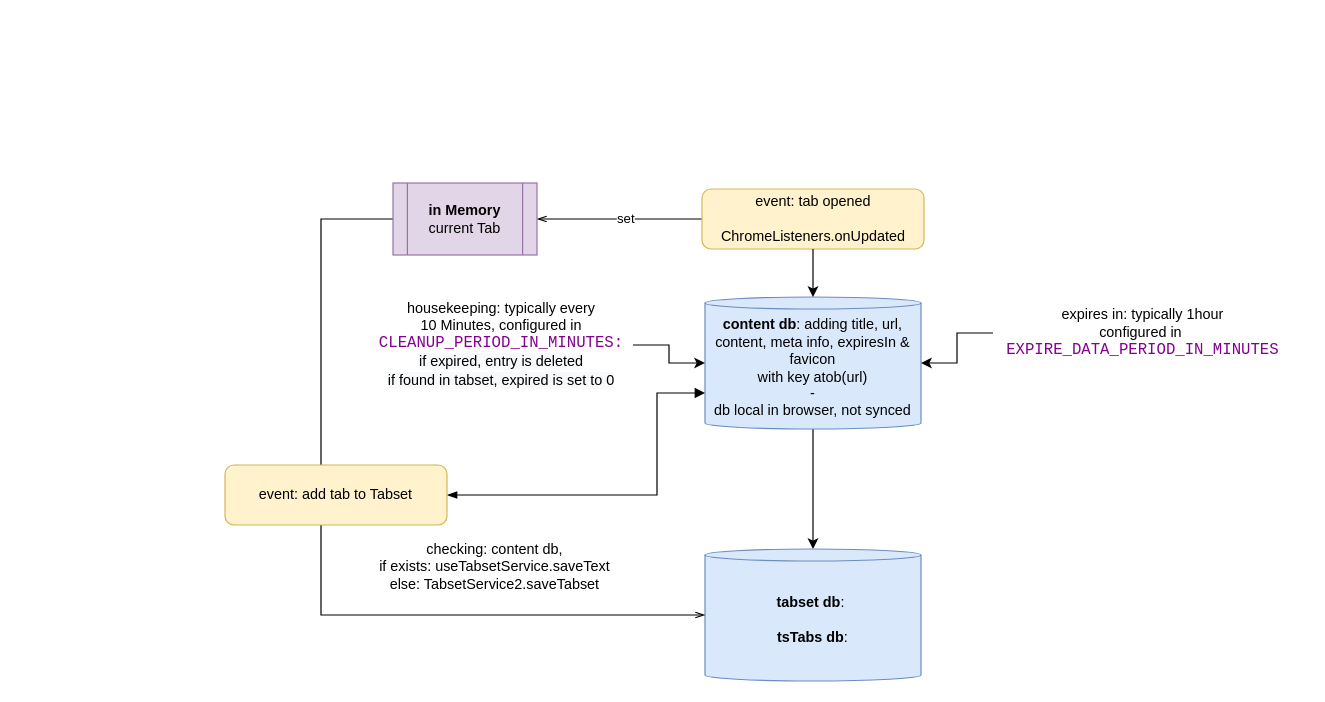
Earlier version of the draw.io diagram docs/drawio/test.drawio (evandor/tabsets). Source tidied: cells renumbered, new cells numbered last; positions are measured from the earlier drawing's top-left corner, leaving out a move shared by most shapes. Both pictures are drawn from the tidied source at 120%, with x=0, y=0 at pixel (224, 182).
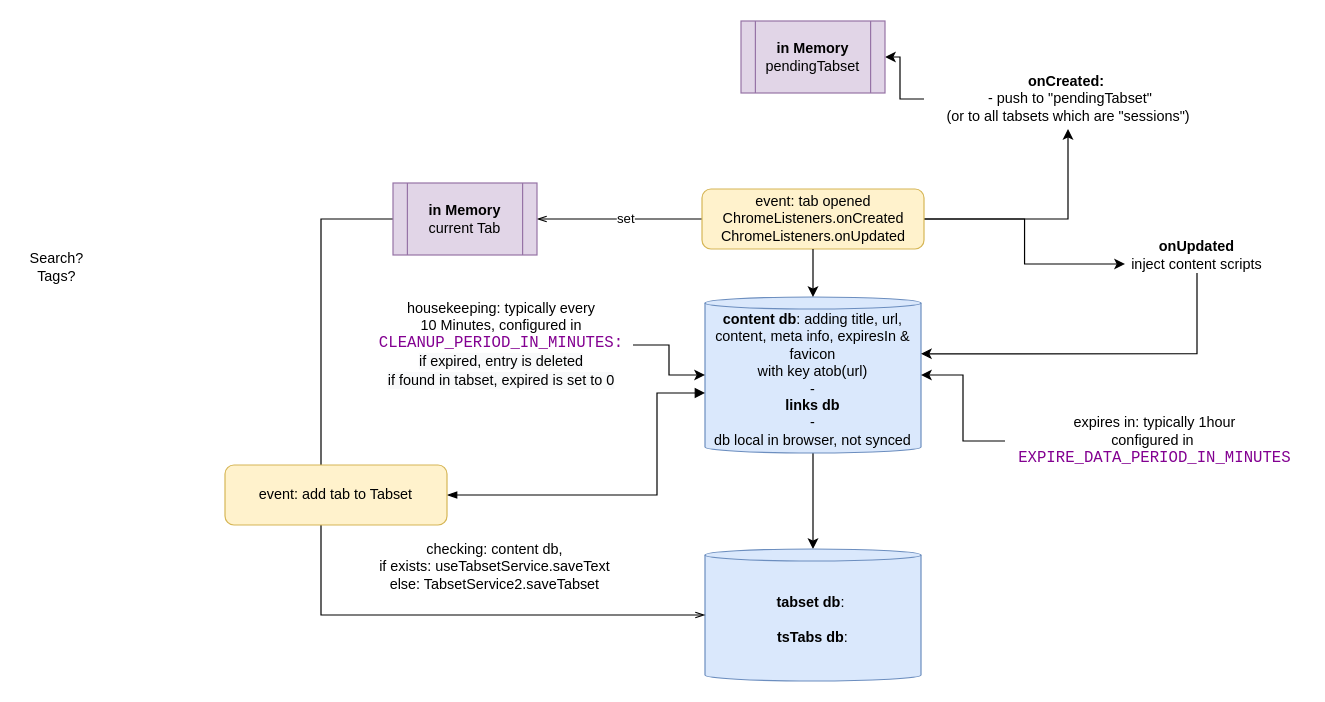
Above is the later version.

Change to the diagram source:
```diff
@@
+    <mxCell id="18" style="edgeStyle=orthogonalEdgeStyle;rounded=0;jettySize=auto;html=1;exitX=1;exitY=0.5;exitDx=0;exitDy=0;entryX=0.5;entryY=1;entryDx=0;entryDy=0;" parent="1" edge="1" source="4" target="22">
+      <mxGeometry relative="1" as="geometry" />
+    </mxCell>
+    <mxCell id="19" style="edgeStyle=orthogonalEdgeStyle;rounded=0;jettySize=auto;html=1;entryX=0;entryY=0.75;entryDx=0;entryDy=0;" parent="1" edge="1" source="4" target="25">
+      <mxGeometry relative="1" as="geometry" />
+    </mxCell>
-    <mxCell id="4" value="event: tab opened&lt;br&gt;&lt;br&gt;ChromeListeners.onUpdated" style="rounded=1;whiteSpace=wrap;html=1;fillColor=#fff2cc;strokeColor=#d6b656;" parent="1" vertex="1">
+    <mxCell id="4" value="event: tab opened&lt;br&gt;ChromeListeners.onCreated&lt;br&gt;ChromeListeners.onUpdated" style="rounded=1;whiteSpace=wrap;html=1;fillColor=#fff2cc;strokeColor=#d6b656;" parent="1" vertex="1">
       <mxGeometry x="397.5" y="5" width="185" height="50" as="geometry" />
     </mxCell>
@@
-    <mxCell id="6" value="&lt;b&gt;content db&lt;/b&gt;: adding title, url, content, meta info, expiresIn &amp;amp; favicon&lt;br&gt;with key atob(url)&lt;br&gt;-&lt;br&gt;db local in browser, not synced&lt;br&gt;" style="shape=cylinder3;whiteSpace=wrap;html=1;boundedLbl=1;backgroundOutline=1;size=5;fillColor=#dae8fc;strokeColor=#6c8ebf;" parent="1" vertex="1">
-      <mxGeometry x="400" y="95" width="180" height="110" as="geometry" />
+    <mxCell id="6" value="&lt;b&gt;content db&lt;/b&gt;: adding title, url, content, meta info, expiresIn &amp;amp; favicon&lt;br&gt;with key atob(url)&lt;br&gt;-&lt;br&gt;&lt;b&gt;links db&lt;/b&gt;&lt;br&gt;-&lt;br&gt;db local in browser, not synced" style="shape=cylinder3;whiteSpace=wrap;html=1;boundedLbl=1;backgroundOutline=1;size=5;fillColor=#dae8fc;strokeColor=#6c8ebf;" parent="1" vertex="1">
+      <mxGeometry x="400" y="95" width="180" height="130" as="geometry" />
     </mxCell>
@@
     <mxCell id="9" value="expires in: typically 1hour&lt;br&gt;configured in&amp;nbsp;&lt;br&gt;&lt;div style=&quot;background-color: rgb(255, 255, 255); color: rgb(8, 8, 8); font-family: &amp;quot;JetBrains Mono&amp;quot;, monospace; font-size: 9.8pt;&quot;&gt;&lt;span style=&quot;color:#830091;&quot;&gt;EXPIRE_DATA_PERIOD_IN_MINUTES&lt;/span&gt;&lt;/div&gt;" style="text;html=1;strokeColor=none;fillColor=none;align=center;verticalAlign=middle;whiteSpace=wrap;rounded=0;" parent="1" vertex="1">
-      <mxGeometry x="640" y="85" width="250" height="80" as="geometry" />
+      <mxGeometry x="650" y="175" width="250" height="80" as="geometry" />
     </mxCell>
@@
+    <mxCell id="20" value="Search?&lt;br&gt;Tags?" style="text;html=1;strokeColor=none;fillColor=none;align=center;verticalAlign=middle;whiteSpace=wrap;rounded=0;" parent="1" vertex="1">
+      <mxGeometry x="-170" y="55" width="60" height="30" as="geometry" />
+    </mxCell>
+    <mxCell id="21" style="edgeStyle=orthogonalEdgeStyle;rounded=0;jettySize=auto;html=1;entryX=1;entryY=0.5;entryDx=0;entryDy=0;" parent="1" edge="1" source="22" target="23">
+      <mxGeometry relative="1" as="geometry" />
+    </mxCell>
+    <mxCell id="22" value="&lt;b&gt;onCreated:&amp;nbsp;&lt;br&gt;&lt;/b&gt;&amp;nbsp;- push to &quot;pendingTabset&quot;&lt;br&gt;(or to all tabsets which are &quot;sessions&quot;)" style="text;html=1;strokeColor=none;fillColor=none;align=center;verticalAlign=middle;whiteSpace=wrap;rounded=0;" parent="1" vertex="1">
+      <mxGeometry x="582.5" y="-95" width="240" height="50" as="geometry" />
+    </mxCell>
+    <mxCell id="23" value="&lt;b&gt;in Memory&lt;br&gt;&lt;/b&gt;pendingTabset" style="shape=process;whiteSpace=wrap;html=1;backgroundOutline=1;fillColor=#e1d5e7;strokeColor=#9673a6;" parent="1" vertex="1">
+      <mxGeometry x="430" y="-135" width="120" height="60" as="geometry" />
+    </mxCell>
+    <mxCell id="24" style="edgeStyle=orthogonalEdgeStyle;rounded=0;jettySize=auto;html=1;entryX=1;entryY=0.364;entryDx=0;entryDy=0;entryPerimeter=0;exitX=0.5;exitY=1;exitDx=0;exitDy=0;" parent="1" edge="1" source="25" target="6">
+      <mxGeometry relative="1" as="geometry" />
+    </mxCell>
+    <mxCell id="25" value="&lt;b&gt;onUpdated&lt;/b&gt;&lt;br&gt;inject content scripts" style="text;html=1;strokeColor=none;fillColor=none;align=center;verticalAlign=middle;whiteSpace=wrap;rounded=0;" parent="1" vertex="1">
+      <mxGeometry x="750" y="45" width="120" height="30" as="geometry" />
+    </mxCell>
```
